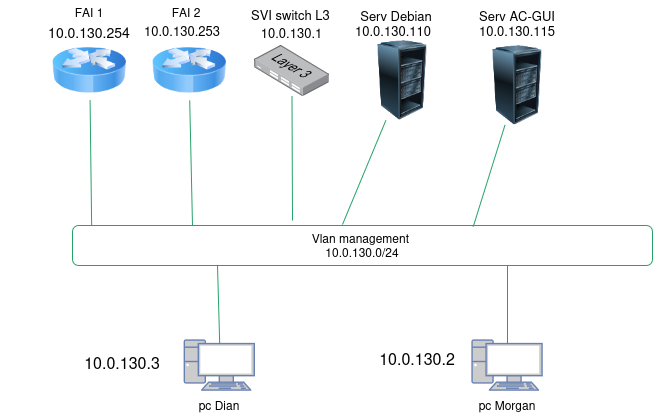
Dian3410/Documentation-SporLudique-Tours keeps this draw.io diagram as docs/annexes/schéma_mana2.drawio.png. Above is the earlier version. Source tidied: cells renumbered, new cells last; positions are measured from the earlier drawing's top-left corner, leaving out a move shared by most shapes. Its diagram source:
```xml
<mxGraphModel>
  <root>
    <mxCell id="0" />
    <mxCell id="1" parent="0" />
    <mxCell id="2" style="endArrow=none;html=1;rounded=0;strokeColor=light-dark(#26a269, #589916);" parent="1" edge="1" target="11">
      <mxGeometry relative="1" as="geometry">
        <mxPoint x="293" y="220" as="sourcePoint" />
      </mxGeometry>
    </mxCell>
    <mxCell id="3" style="fontColor=#0066CC;verticalAlign=top;verticalLabelPosition=bottom;labelPosition=center;align=center;html=1;outlineConnect=0;fillColor=#CCCCCC;strokeColor=#6881B3;gradientColor=none;gradientDirection=north;strokeWidth=2;shape=mxgraph.networks.pc;" parent="1" vertex="1">
      <mxGeometry x="185.2" y="340" width="70" height="50" as="geometry" />
    </mxCell>
    <mxCell id="4" style="fontColor=#0066CC;verticalAlign=top;verticalLabelPosition=bottom;labelPosition=center;align=center;html=1;outlineConnect=0;fillColor=#CCCCCC;strokeColor=#6881B3;gradientColor=none;gradientDirection=north;strokeWidth=2;shape=mxgraph.networks.pc;" parent="1" vertex="1">
      <mxGeometry x="473" y="340" width="70" height="50" as="geometry" />
    </mxCell>
    <mxCell id="5" value="pc Dian" style="text;html=1;whiteSpace=wrap;strokeColor=none;fillColor=none;align=center;verticalAlign=middle;rounded=0;" parent="1" vertex="1">
      <mxGeometry x="190.2" y="390" width="60" height="30" as="geometry" />
    </mxCell>
    <mxCell id="6" value="pc Morgan" style="text;html=1;whiteSpace=wrap;strokeColor=none;fillColor=none;align=center;verticalAlign=middle;rounded=0;" parent="1" vertex="1">
      <mxGeometry x="478" y="390" width="60" height="30" as="geometry" />
    </mxCell>
    <mxCell id="7" value="&lt;div&gt;Vlan management&amp;nbsp;&lt;/div&gt;&lt;div&gt;10.0.130.0/24&lt;/div&gt;" style="rounded=1;whiteSpace=wrap;html=1;strokeColor=light-dark(#26a269, #257c00);" parent="1" vertex="1">
      <mxGeometry x="73" y="225" width="580" height="40" as="geometry" />
    </mxCell>
    <mxCell id="8" value="&lt;br&gt;&lt;div&gt;&lt;font size=&quot;3&quot;&gt;10.0.130.2&lt;/font&gt;&lt;/div&gt;" style="text;html=1;whiteSpace=wrap;strokeColor=none;fillColor=none;align=center;verticalAlign=middle;rounded=0;" parent="1" vertex="1">
      <mxGeometry x="383" y="350" width="70" as="geometry" />
    </mxCell>
    <mxCell id="9" value="&lt;font style=&quot;font-size: 12px;&quot;&gt;&lt;br&gt;&lt;/font&gt;&lt;div&gt;&lt;font size=&quot;3&quot;&gt;10.0.130.3&lt;/font&gt;&lt;/div&gt;" style="text;html=1;whiteSpace=wrap;strokeColor=none;fillColor=none;align=center;verticalAlign=middle;rounded=0;" parent="1" vertex="1">
      <mxGeometry x="73" y="350" width="100" height="10" as="geometry" />
    </mxCell>
    <mxCell id="10" style="image;html=1;image=img/lib/clip_art/networking/Router_Icon_128x128.png;" parent="1" vertex="1">
      <mxGeometry x="53" y="40" width="74.4" height="60" as="geometry" />
    </mxCell>
    <mxCell id="11" style="image;points=[];html=1;align=center;shadow=0;dashed=0;image=img/lib/allied_telesis/switch/Switch_24_port_L3.svg;" parent="1" vertex="1">
      <mxGeometry x="255.2" y="44.5" width="74.4" height="51" as="geometry" />
    </mxCell>
    <mxCell id="12" value="&lt;font style=&quot;font-size: 13px;&quot;&gt;10.0.130.1&lt;/font&gt;" style="text;html=1;whiteSpace=wrap;strokeColor=none;fillColor=none;align=center;verticalAlign=middle;rounded=0;" parent="1" vertex="1">
      <mxGeometry x="209.9" y="31" width="165" as="geometry" />
    </mxCell>
    <mxCell id="13" style="edgeStyle=orthogonalEdgeStyle;rounded=0;orthogonalLoop=1;jettySize=auto;html=1;innerLoopWaypoints=1;exitX=0;exitY=0;exitDx=0;exitDy=0;" parent="1" edge="1" source="12" target="12">
      <mxGeometry relative="1" as="geometry" />
    </mxCell>
    <mxCell id="14" value="&lt;font style=&quot;font-size: 14px;&quot;&gt;10.0.130.254&lt;/font&gt;" style="text;html=1;whiteSpace=wrap;strokeColor=none;fillColor=none;align=center;verticalAlign=middle;rounded=0;" parent="1" vertex="1">
      <mxGeometry x="0.2" y="31" width="180" as="geometry" />
    </mxCell>
    <mxCell id="15" value="FAI 1" style="text;html=1;whiteSpace=wrap;strokeColor=none;fillColor=none;align=center;verticalAlign=middle;rounded=0;" parent="1" vertex="1">
      <mxGeometry x="15.2" y="11" width="150" as="geometry" />
    </mxCell>
    <mxCell id="16" style="endArrow=none;html=1;rounded=0;exitX=0.5;exitY=0.07;exitDx=0;exitDy=0;strokeColor=light-dark(#26a269, #589916);exitPerimeter=0;entryX=0.25;entryY=1;entryDx=0;entryDy=0;" parent="1" edge="1" source="3" target="7">
      <mxGeometry relative="1" as="geometry" />
    </mxCell>
    <mxCell id="17" style="endArrow=none;html=1;rounded=0;strokeColor=light-dark(#26a269, #589916);entryX=0.75;entryY=1;entryDx=0;entryDy=0;exitX=0.5;exitY=0.07;exitDx=0;exitDy=0;exitPerimeter=0;" parent="1" edge="1" source="4" target="7">
      <mxGeometry relative="1" as="geometry" />
    </mxCell>
    <mxCell id="18" style="endArrow=none;html=1;rounded=0;exitX=0.033;exitY=0;exitDx=0;exitDy=0;strokeColor=light-dark(#26a269, #589916);exitPerimeter=0;" parent="1" edge="1" source="7" target="10">
      <mxGeometry relative="1" as="geometry" />
    </mxCell>
    <mxCell id="19" value="&lt;font style=&quot;font-size: 13px;&quot;&gt;10.0.130.253&lt;/font&gt;" style="text;whiteSpace=wrap;html=1;" parent="1" vertex="1">
      <mxGeometry x="143" y="16" width="100" height="40" as="geometry" />
    </mxCell>
    <mxCell id="20" value="&lt;font style=&quot;font-size: 13px;&quot;&gt;SVI switch L3&lt;/font&gt;" style="text;whiteSpace=wrap;html=1;" parent="1" vertex="1">
      <mxGeometry x="250.2" width="110" height="40" as="geometry" />
    </mxCell>
    <mxCell id="21" value="FAI 2" style="text;html=1;whiteSpace=wrap;strokeColor=none;fillColor=none;align=center;verticalAlign=middle;rounded=0;" parent="1" vertex="1">
      <mxGeometry x="112.4" y="11" width="150" as="geometry" />
    </mxCell>
    <mxCell id="22" style="endArrow=none;html=1;rounded=0;strokeColor=light-dark(#26a269, #589916);entryX=0.5;entryY=1;entryDx=0;entryDy=0;" parent="1" edge="1" target="27">
      <mxGeometry relative="1" as="geometry">
        <mxPoint x="193" y="225" as="sourcePoint" />
      </mxGeometry>
    </mxCell>
    <mxCell id="23" style="image;html=1;image=img/lib/clip_art/computers/Server_Rack_Partial_128x128.png;" parent="1" vertex="1">
      <mxGeometry x="363" y="40" width="80" height="80" as="geometry" />
    </mxCell>
    <mxCell id="24" style="endArrow=none;html=1;rounded=0;strokeColor=light-dark(#26a269, #589916);" parent="1" edge="1" target="23">
      <mxGeometry relative="1" as="geometry">
        <mxPoint x="343" y="224" as="sourcePoint" />
      </mxGeometry>
    </mxCell>
    <mxCell id="25" value="&lt;font style=&quot;font-size: 13px;&quot;&gt;Serv Debian&lt;/font&gt;" style="text;html=1;whiteSpace=wrap;strokeColor=none;fillColor=none;align=center;verticalAlign=middle;rounded=0;" parent="1" vertex="1">
      <mxGeometry x="357" width="80" height="30" as="geometry" />
    </mxCell>
    <mxCell id="26" value="&lt;font style=&quot;font-size: 13px;&quot;&gt;10.0.130.110&lt;/font&gt;" style="text;whiteSpace=wrap;html=1;" parent="1" vertex="1">
      <mxGeometry x="354" y="16" width="100" height="40" as="geometry" />
    </mxCell>
    <mxCell id="27" style="image;html=1;image=img/lib/clip_art/networking/Router_Icon_128x128.png;" parent="1" vertex="1">
      <mxGeometry x="153" y="40" width="74.4" height="60" as="geometry" />
    </mxCell>
    <mxCell id="28" value="&lt;font style=&quot;font-size: 13px;&quot;&gt;10.0.130.115&lt;/font&gt;" style="text;whiteSpace=wrap;html=1;" parent="1" vertex="1">
      <mxGeometry x="478" y="16" width="100" height="40" as="geometry" />
    </mxCell>
    <mxCell id="29" value="&lt;font style=&quot;font-size: 13px;&quot;&gt;Serv AC-GUI&lt;/font&gt;" style="text;html=1;whiteSpace=wrap;strokeColor=none;fillColor=none;align=center;verticalAlign=middle;rounded=0;" parent="1" vertex="1">
      <mxGeometry x="478" width="80" height="30" as="geometry" />
    </mxCell>
    <mxCell id="30" style="image;html=1;image=img/lib/clip_art/computers/Server_Rack_Partial_128x128.png;" parent="1" vertex="1">
      <mxGeometry x="478" y="44.5" width="80" height="80" as="geometry" />
    </mxCell>
    <mxCell id="31" style="endArrow=none;html=1;rounded=0;strokeColor=light-dark(#26a269, #589916);exitX=0.691;exitY=0.025;exitDx=0;exitDy=0;exitPerimeter=0;" parent="1" edge="1" source="7" target="30">
      <mxGeometry relative="1" as="geometry" />
    </mxCell>
  </root>
</mxGraphModel>
```
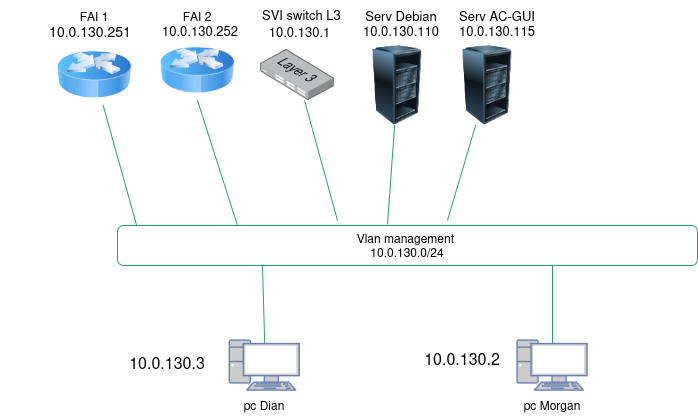
The same diagram one commit later.

Diff of the diagram source:
```diff
@@ -29,22 +29,22 @@
       <mxGeometry x="73" y="350" width="100" height="10" as="geometry" />
     </mxCell>
     <mxCell id="10" style="image;html=1;image=img/lib/clip_art/networking/Router_Icon_128x128.png;" parent="1" vertex="1">
-      <mxGeometry x="53" y="40" width="74.4" height="60" as="geometry" />
+      <mxGeometry x="13" y="44.5" width="74.4" height="60" as="geometry" />
     </mxCell>
     <mxCell id="11" style="image;points=[];html=1;align=center;shadow=0;dashed=0;image=img/lib/allied_telesis/switch/Switch_24_port_L3.svg;" parent="1" vertex="1">
-      <mxGeometry x="255.2" y="44.5" width="74.4" height="51" as="geometry" />
+      <mxGeometry x="215.8" y="49" width="74.4" height="51" as="geometry" />
     </mxCell>
     <mxCell id="12" value="&lt;font style=&quot;font-size: 13px;&quot;&gt;10.0.130.1&lt;/font&gt;" style="text;html=1;whiteSpace=wrap;strokeColor=none;fillColor=none;align=center;verticalAlign=middle;rounded=0;" parent="1" vertex="1">
-      <mxGeometry x="209.9" y="31" width="165" as="geometry" />
+      <mxGeometry x="173" y="30" width="165" as="geometry" />
     </mxCell>
     <mxCell id="13" style="edgeStyle=orthogonalEdgeStyle;rounded=0;orthogonalLoop=1;jettySize=auto;html=1;innerLoopWaypoints=1;exitX=0;exitY=0;exitDx=0;exitDy=0;" parent="1" edge="1" source="12" target="12">
       <mxGeometry relative="1" as="geometry" />
     </mxCell>
-    <mxCell id="14" value="&lt;font style=&quot;font-size: 14px;&quot;&gt;10.0.130.254&lt;/font&gt;" style="text;html=1;whiteSpace=wrap;strokeColor=none;fillColor=none;align=center;verticalAlign=middle;rounded=0;" parent="1" vertex="1">
-      <mxGeometry x="0.2" y="31" width="180" as="geometry" />
+    <mxCell id="14" value="&lt;font style=&quot;font-size: 14px;&quot;&gt;10.0.130.251&lt;/font&gt;" style="text;html=1;whiteSpace=wrap;strokeColor=none;fillColor=none;align=center;verticalAlign=middle;rounded=0;" parent="1" vertex="1">
+      <mxGeometry x="-44" y="30" width="180" as="geometry" />
     </mxCell>
     <mxCell id="15" value="FAI 1" style="text;html=1;whiteSpace=wrap;strokeColor=none;fillColor=none;align=center;verticalAlign=middle;rounded=0;" parent="1" vertex="1">
-      <mxGeometry x="15.2" y="11" width="150" as="geometry" />
+      <mxGeometry x="-24.8" y="15" width="150" as="geometry" />
     </mxCell>
     <mxCell id="16" style="endArrow=none;html=1;rounded=0;exitX=0.5;exitY=0.07;exitDx=0;exitDy=0;strokeColor=light-dark(#26a269, #589916);exitPerimeter=0;entryX=0.25;entryY=1;entryDx=0;entryDy=0;" parent="1" edge="1" source="3" target="7">
       <mxGeometry relative="1" as="geometry" />
@@ -55,14 +55,14 @@
     <mxCell id="18" style="endArrow=none;html=1;rounded=0;exitX=0.033;exitY=0;exitDx=0;exitDy=0;strokeColor=light-dark(#26a269, #589916);exitPerimeter=0;" parent="1" edge="1" source="7" target="10">
       <mxGeometry relative="1" as="geometry" />
     </mxCell>
-    <mxCell id="19" value="&lt;font style=&quot;font-size: 13px;&quot;&gt;10.0.130.253&lt;/font&gt;" style="text;whiteSpace=wrap;html=1;" parent="1" vertex="1">
-      <mxGeometry x="143" y="16" width="100" height="40" as="geometry" />
+    <mxCell id="19" value="&lt;font style=&quot;font-size: 13px;&quot;&gt;10.0.130.252&lt;/font&gt;" style="text;whiteSpace=wrap;html=1;" parent="1" vertex="1">
+      <mxGeometry x="115.8" y="16" width="100" height="40" as="geometry" />
     </mxCell>
     <mxCell id="20" value="&lt;font style=&quot;font-size: 13px;&quot;&gt;SVI switch L3&lt;/font&gt;" style="text;whiteSpace=wrap;html=1;" parent="1" vertex="1">
-      <mxGeometry x="250.2" width="110" height="40" as="geometry" />
+      <mxGeometry x="215.8" width="110" height="40" as="geometry" />
     </mxCell>
     <mxCell id="21" value="FAI 2" style="text;html=1;whiteSpace=wrap;strokeColor=none;fillColor=none;align=center;verticalAlign=middle;rounded=0;" parent="1" vertex="1">
-      <mxGeometry x="112.4" y="11" width="150" as="geometry" />
+      <mxGeometry x="78" y="15" width="150" as="geometry" />
     </mxCell>
     <mxCell id="22" style="endArrow=none;html=1;rounded=0;strokeColor=light-dark(#26a269, #589916);entryX=0.5;entryY=1;entryDx=0;entryDy=0;" parent="1" edge="1" target="27">
       <mxGeometry relative="1" as="geometry">
@@ -70,7 +70,7 @@
       </mxGeometry>
     </mxCell>
     <mxCell id="23" style="image;html=1;image=img/lib/clip_art/computers/Server_Rack_Partial_128x128.png;" parent="1" vertex="1">
-      <mxGeometry x="363" y="40" width="80" height="80" as="geometry" />
+      <mxGeometry x="313" y="44.5" width="80" height="80" as="geometry" />
     </mxCell>
     <mxCell id="24" style="endArrow=none;html=1;rounded=0;strokeColor=light-dark(#26a269, #589916);" parent="1" edge="1" target="23">
       <mxGeometry relative="1" as="geometry">
@@ -78,25 +78,27 @@
       </mxGeometry>
     </mxCell>
     <mxCell id="25" value="&lt;font style=&quot;font-size: 13px;&quot;&gt;Serv Debian&lt;/font&gt;" style="text;html=1;whiteSpace=wrap;strokeColor=none;fillColor=none;align=center;verticalAlign=middle;rounded=0;" parent="1" vertex="1">
-      <mxGeometry x="357" width="80" height="30" as="geometry" />
+      <mxGeometry x="317" width="80" height="30" as="geometry" />
     </mxCell>
     <mxCell id="26" value="&lt;font style=&quot;font-size: 13px;&quot;&gt;10.0.130.110&lt;/font&gt;" style="text;whiteSpace=wrap;html=1;" parent="1" vertex="1">
-      <mxGeometry x="354" y="16" width="100" height="40" as="geometry" />
+      <mxGeometry x="317" y="16" width="100" height="40" as="geometry" />
     </mxCell>
     <mxCell id="27" style="image;html=1;image=img/lib/clip_art/networking/Router_Icon_128x128.png;" parent="1" vertex="1">
-      <mxGeometry x="153" y="40" width="74.4" height="60" as="geometry" />
+      <mxGeometry x="115.8" y="40" width="74.4" height="60" as="geometry" />
     </mxCell>
     <mxCell id="28" value="&lt;font style=&quot;font-size: 13px;&quot;&gt;10.0.130.115&lt;/font&gt;" style="text;whiteSpace=wrap;html=1;" parent="1" vertex="1">
-      <mxGeometry x="478" y="16" width="100" height="40" as="geometry" />
+      <mxGeometry x="413" y="16" width="100" height="40" as="geometry" />
     </mxCell>
     <mxCell id="29" value="&lt;font style=&quot;font-size: 13px;&quot;&gt;Serv AC-GUI&lt;/font&gt;" style="text;html=1;whiteSpace=wrap;strokeColor=none;fillColor=none;align=center;verticalAlign=middle;rounded=0;" parent="1" vertex="1">
-      <mxGeometry x="478" width="80" height="30" as="geometry" />
+      <mxGeometry x="413" width="80" height="30" as="geometry" />
     </mxCell>
     <mxCell id="30" style="image;html=1;image=img/lib/clip_art/computers/Server_Rack_Partial_128x128.png;" parent="1" vertex="1">
-      <mxGeometry x="478" y="44.5" width="80" height="80" as="geometry" />
+      <mxGeometry x="403" y="44.5" width="80" height="80" as="geometry" />
     </mxCell>
-    <mxCell id="31" style="endArrow=none;html=1;rounded=0;strokeColor=light-dark(#26a269, #589916);exitX=0.691;exitY=0.025;exitDx=0;exitDy=0;exitPerimeter=0;" parent="1" edge="1" source="7" target="30">
-      <mxGeometry relative="1" as="geometry" />
+    <mxCell id="31" style="endArrow=none;html=1;rounded=0;strokeColor=light-dark(#26a269, #589916);" parent="1" edge="1" target="30">
+      <mxGeometry relative="1" as="geometry">
+        <mxPoint x="403" y="220" as="sourcePoint" />
+      </mxGeometry>
     </mxCell>
   </root>
 </mxGraphModel>
```
